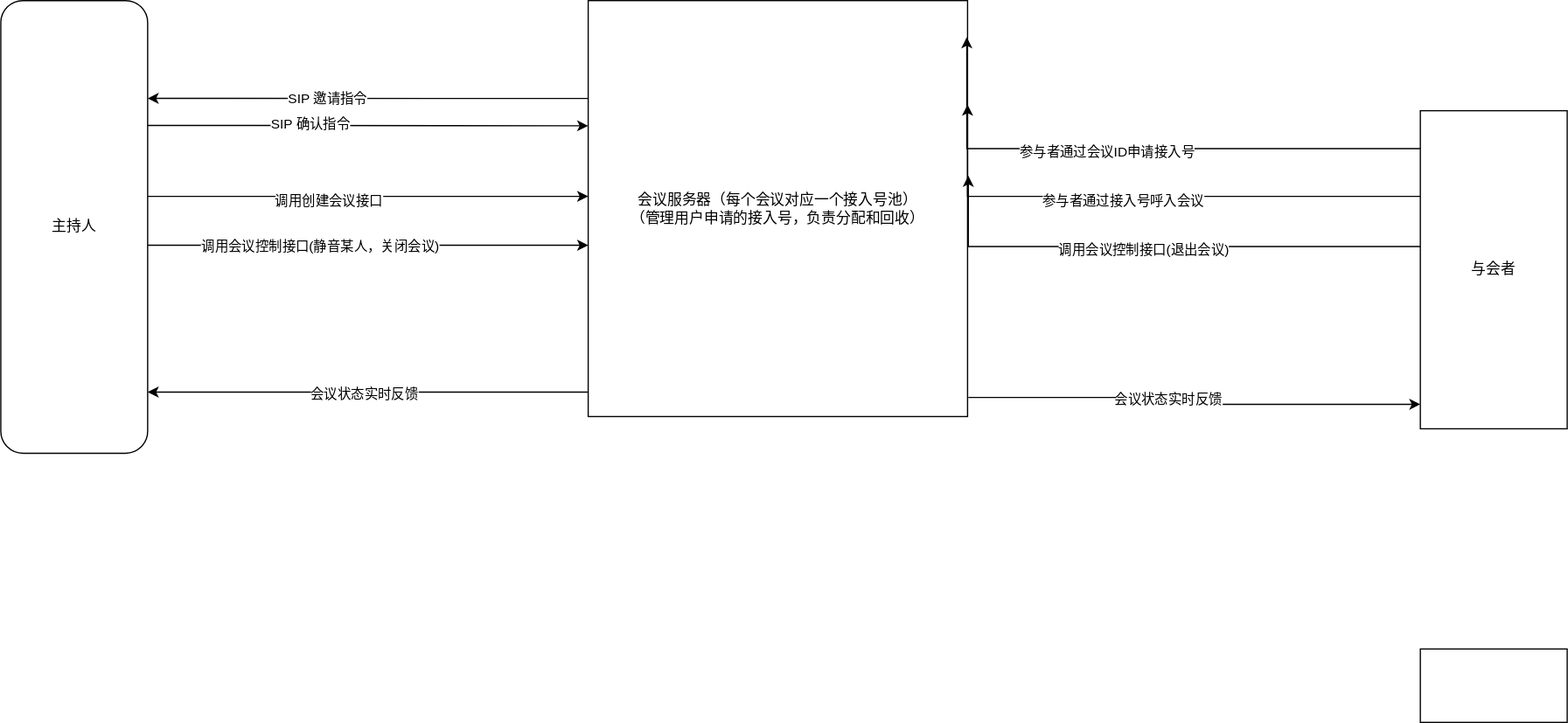
This is Untitled Diagram.drawio.svg from westice007/test0, a draw.io export, as it was before one commit. Source tidied: cells renumbered, new cells last; positions are measured from the earlier drawing's top-left corner, leaving out a move shared by most shapes. Its diagram source:
```xml
<mxGraphModel>
  <root>
    <mxCell id="0" />
    <mxCell id="1" parent="0" />
    <mxCell id="2" style="edgeStyle=orthogonalEdgeStyle;rounded=0;jettySize=auto;html=1;" parent="1" edge="1" source="8" target="15">
      <mxGeometry relative="1" as="geometry">
        <Array as="points">
          <mxPoint x="370" y="160" />
          <mxPoint x="370" y="160" />
        </Array>
      </mxGeometry>
    </mxCell>
    <mxCell id="3" value="调用创建会议接口" style="edgeLabel;html=1;align=center;verticalAlign=middle;" parent="2" vertex="1">
      <mxGeometry x="-0.19" y="-3" relative="1" as="geometry" />
    </mxCell>
    <mxCell id="4" style="edgeStyle=orthogonalEdgeStyle;rounded=0;jettySize=auto;html=1;" parent="1" edge="1" source="8" target="15">
      <mxGeometry relative="1" as="geometry">
        <Array as="points">
          <mxPoint x="310" y="200" />
          <mxPoint x="310" y="200" />
        </Array>
      </mxGeometry>
    </mxCell>
    <mxCell id="5" value="调用会议控制接口(静音某人，关闭会议)" style="edgeLabel;html=1;align=center;verticalAlign=middle;" parent="4" vertex="1">
      <mxGeometry x="-0.22" y="1" relative="1" as="geometry">
        <mxPoint y="1" as="offset" />
      </mxGeometry>
    </mxCell>
    <mxCell id="6" style="edgeStyle=orthogonalEdgeStyle;rounded=0;jettySize=auto;html=1;entryX=0;entryY=0.301;entryDx=0;entryDy=0;entryPerimeter=0;" parent="1" edge="1" source="8" target="15">
      <mxGeometry relative="1" as="geometry">
        <Array as="points">
          <mxPoint x="210" y="102" />
          <mxPoint x="210" y="102" />
        </Array>
      </mxGeometry>
    </mxCell>
    <mxCell id="7" value="SIP 确认指令" style="edgeLabel;html=1;align=center;verticalAlign=middle;" parent="6" vertex="1">
      <mxGeometry x="-0.27" y="2" relative="1" as="geometry" />
    </mxCell>
    <mxCell id="8" value="主持人" style="rounded=1;whiteSpace=wrap;html=1;" parent="1" vertex="1">
      <mxGeometry width="120" height="370" as="geometry" />
    </mxCell>
    <mxCell id="9" style="edgeStyle=orthogonalEdgeStyle;rounded=0;jettySize=auto;html=1;entryX=0;entryY=0.923;entryDx=0;entryDy=0;entryPerimeter=0;exitX=1.002;exitY=0.954;exitDx=0;exitDy=0;exitPerimeter=0;" parent="1" edge="1" source="15" target="23">
      <mxGeometry relative="1" as="geometry" />
    </mxCell>
    <mxCell id="10" value="会议状态实时反馈" style="edgeLabel;html=1;align=center;verticalAlign=middle;" parent="9" vertex="1">
      <mxGeometry x="-0.13" y="-1" relative="1" as="geometry" />
    </mxCell>
    <mxCell id="11" style="edgeStyle=orthogonalEdgeStyle;rounded=0;jettySize=auto;html=1;" parent="1" edge="1" source="15">
      <mxGeometry relative="1" as="geometry">
        <mxPoint x="120" y="320" as="targetPoint" />
        <Array as="points">
          <mxPoint x="120" y="320" />
        </Array>
      </mxGeometry>
    </mxCell>
    <mxCell id="12" value="会议状态实时反馈" style="edgeLabel;html=1;align=center;verticalAlign=middle;" parent="11" vertex="1">
      <mxGeometry x="0.03" y="1" relative="1" as="geometry" />
    </mxCell>
    <mxCell id="13" style="edgeStyle=orthogonalEdgeStyle;rounded=0;jettySize=auto;html=1;entryX=1;entryY=0.216;entryDx=0;entryDy=0;entryPerimeter=0;" parent="1" edge="1" source="15" target="8">
      <mxGeometry relative="1" as="geometry">
        <Array as="points">
          <mxPoint x="390" y="80" />
          <mxPoint x="390" y="80" />
        </Array>
      </mxGeometry>
    </mxCell>
    <mxCell id="14" value="SIP 邀请指令" style="edgeLabel;html=1;align=center;verticalAlign=middle;" parent="13" vertex="1">
      <mxGeometry x="0.19" relative="1" as="geometry" />
    </mxCell>
    <mxCell id="15" value="会议服务器（每个会议对应一个接入号池）&lt;br&gt;（管理用户申请的接入号，负责分配和回收）" style="rounded=0;whiteSpace=wrap;html=1;" parent="1" vertex="1">
      <mxGeometry x="480" width="310" height="340" as="geometry" />
    </mxCell>
    <mxCell id="16" style="edgeStyle=orthogonalEdgeStyle;rounded=0;jettySize=auto;html=1;entryX=0.998;entryY=0.088;entryDx=0;entryDy=0;entryPerimeter=0;" parent="1" edge="1" source="23" target="15">
      <mxGeometry relative="1" as="geometry">
        <Array as="points">
          <mxPoint x="1060" y="121" />
          <mxPoint x="1060" y="121" />
        </Array>
      </mxGeometry>
    </mxCell>
    <mxCell id="17" value="&lt;span style=&quot;color: rgba(0, 0, 0, 0); font-family: monospace; font-size: 0px; text-align: start; background-color: rgb(248, 249, 250);&quot;&gt;%3CmxGraphModel%3E%3Croot%3E%3CmxCell%20id%3D%220%22%2F%3E%3CmxCell%20id%3D%221%22%20parent%3D%220%22%2F%3E%3CmxCell%20id%3D%222%22%20value%3D%22%E5%8F%82%E4%B8%8E%E8%80%85%E9%80%9A%E8%BF%87%E4%BC%9A%E8%AE%AEID%E7%94%B3%E8%AF%B7%E6%8E%A5%E5%85%A5%E5%8F%B7%22%20style%3D%22edgeLabel%3Bhtml%3D1%3Balign%3Dcenter%3BverticalAlign%3Dmiddle%3Bresizable%3D0%3Bpoints%3D%5B%5D%3B%22%20vertex%3D%221%22%20connectable%3D%220%22%20parent%3D%221%22%3E%3CmxGeometry%20x%3D%22837%22%20y%3D%22408%22%20as%3D%22geometry%22%2F%3E%3C%2FmxCell%3E%3C%2Froot%3E%3C%2FmxGraphModel%3E&lt;/span&gt;" style="edgeLabel;html=1;align=center;verticalAlign=middle;" parent="16" vertex="1">
      <mxGeometry x="0.1" y="4" relative="1" as="geometry">
        <mxPoint x="-1" as="offset" />
      </mxGeometry>
    </mxCell>
    <mxCell id="18" value="参与者通过会议ID申请接入号" style="edgeLabel;html=1;align=center;verticalAlign=middle;" parent="16" vertex="1">
      <mxGeometry x="0.11" y="2" relative="1" as="geometry" />
    </mxCell>
    <mxCell id="19" style="edgeStyle=orthogonalEdgeStyle;rounded=0;jettySize=auto;html=1;entryX=1;entryY=0.25;entryDx=0;entryDy=0;" parent="1" edge="1" source="23" target="15">
      <mxGeometry relative="1" as="geometry">
        <Array as="points">
          <mxPoint x="1060" y="160" />
          <mxPoint x="1060" y="160" />
        </Array>
      </mxGeometry>
    </mxCell>
    <mxCell id="20" value="参与者通过接入号呼入会议" style="edgeLabel;html=1;align=center;verticalAlign=middle;" parent="19" vertex="1">
      <mxGeometry x="0.1" y="3" relative="1" as="geometry" />
    </mxCell>
    <mxCell id="21" style="edgeStyle=orthogonalEdgeStyle;rounded=0;jettySize=auto;html=1;entryX=1.002;entryY=0.421;entryDx=0;entryDy=0;entryPerimeter=0;" parent="1" edge="1" source="23" target="15">
      <mxGeometry relative="1" as="geometry">
        <Array as="points">
          <mxPoint x="1060" y="201" />
          <mxPoint x="1060" y="201" />
        </Array>
      </mxGeometry>
    </mxCell>
    <mxCell id="22" value="调用会议控制接口(退出会议)" style="edgeLabel;html=1;align=center;verticalAlign=middle;" parent="21" vertex="1">
      <mxGeometry x="0.06" y="2" relative="1" as="geometry" />
    </mxCell>
    <mxCell id="23" value="与会者" style="rounded=0;whiteSpace=wrap;html=1;" parent="1" vertex="1">
      <mxGeometry x="1160" y="90" width="120" height="260" as="geometry" />
    </mxCell>
    <mxCell id="24" style="rounded=0;whiteSpace=wrap;html=1;" parent="1" vertex="1">
      <mxGeometry x="1160" y="530" width="120" height="60" as="geometry" />
    </mxCell>
  </root>
</mxGraphModel>
```
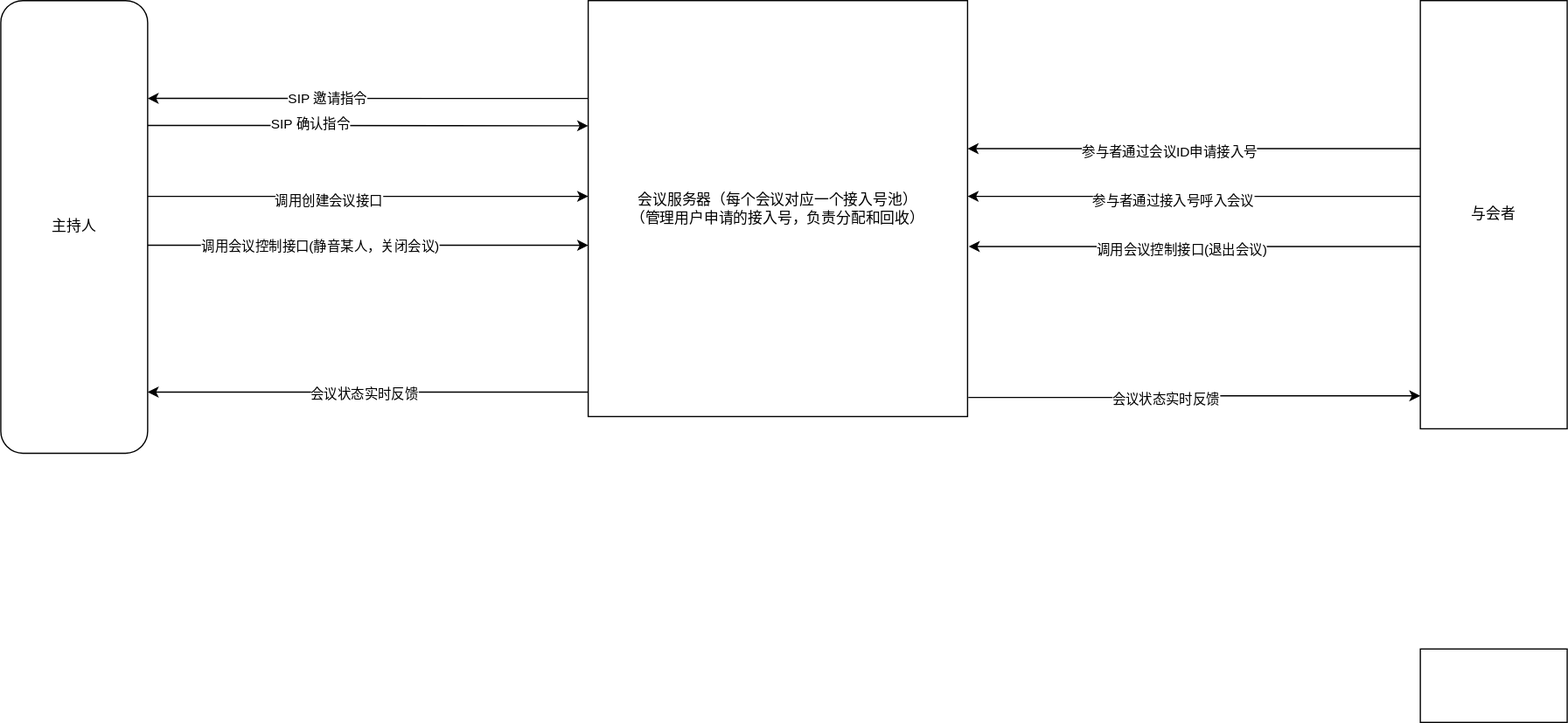
After the commit.

Diff of the diagram source:
```diff
@@ -71,8 +71,9 @@
     <mxCell id="15" value="会议服务器（每个会议对应一个接入号池）&lt;br&gt;（管理用户申请的接入号，负责分配和回收）" style="rounded=0;whiteSpace=wrap;html=1;" parent="1" vertex="1">
       <mxGeometry x="480" width="310" height="340" as="geometry" />
     </mxCell>
-    <mxCell id="16" style="edgeStyle=orthogonalEdgeStyle;rounded=0;jettySize=auto;html=1;entryX=0.998;entryY=0.088;entryDx=0;entryDy=0;entryPerimeter=0;" parent="1" edge="1" source="23" target="15">
+    <mxCell id="16" style="edgeStyle=orthogonalEdgeStyle;rounded=0;jettySize=auto;html=1;" parent="1" edge="1" source="23">
       <mxGeometry relative="1" as="geometry">
+        <mxPoint x="790" y="121" as="targetPoint" />
         <Array as="points">
           <mxPoint x="1060" y="121" />
           <mxPoint x="1060" y="121" />
@@ -87,8 +88,9 @@
     <mxCell id="18" value="参与者通过会议ID申请接入号" style="edgeLabel;html=1;align=center;verticalAlign=middle;" parent="16" vertex="1">
       <mxGeometry x="0.11" y="2" relative="1" as="geometry" />
     </mxCell>
-    <mxCell id="19" style="edgeStyle=orthogonalEdgeStyle;rounded=0;jettySize=auto;html=1;entryX=1;entryY=0.25;entryDx=0;entryDy=0;" parent="1" edge="1" source="23" target="15">
+    <mxCell id="19" style="edgeStyle=orthogonalEdgeStyle;rounded=0;jettySize=auto;html=1;" parent="1" edge="1" source="23">
       <mxGeometry relative="1" as="geometry">
+        <mxPoint x="790" y="160" as="targetPoint" />
         <Array as="points">
           <mxPoint x="1060" y="160" />
           <mxPoint x="1060" y="160" />
@@ -98,8 +100,9 @@
     <mxCell id="20" value="参与者通过接入号呼入会议" style="edgeLabel;html=1;align=center;verticalAlign=middle;" parent="19" vertex="1">
       <mxGeometry x="0.1" y="3" relative="1" as="geometry" />
     </mxCell>
-    <mxCell id="21" style="edgeStyle=orthogonalEdgeStyle;rounded=0;jettySize=auto;html=1;entryX=1.002;entryY=0.421;entryDx=0;entryDy=0;entryPerimeter=0;" parent="1" edge="1" source="23" target="15">
+    <mxCell id="21" style="edgeStyle=orthogonalEdgeStyle;rounded=0;jettySize=auto;html=1;" parent="1" edge="1" source="23">
       <mxGeometry relative="1" as="geometry">
+        <mxPoint x="791" y="201" as="targetPoint" />
         <Array as="points">
           <mxPoint x="1060" y="201" />
           <mxPoint x="1060" y="201" />
@@ -110,7 +113,7 @@
       <mxGeometry x="0.06" y="2" relative="1" as="geometry" />
     </mxCell>
     <mxCell id="23" value="与会者" style="rounded=0;whiteSpace=wrap;html=1;" parent="1" vertex="1">
-      <mxGeometry x="1160" y="90" width="120" height="260" as="geometry" />
+      <mxGeometry x="1160" width="120" height="350" as="geometry" />
     </mxCell>
     <mxCell id="24" style="rounded=0;whiteSpace=wrap;html=1;" parent="1" vertex="1">
       <mxGeometry x="1160" y="530" width="120" height="60" as="geometry" />
```
